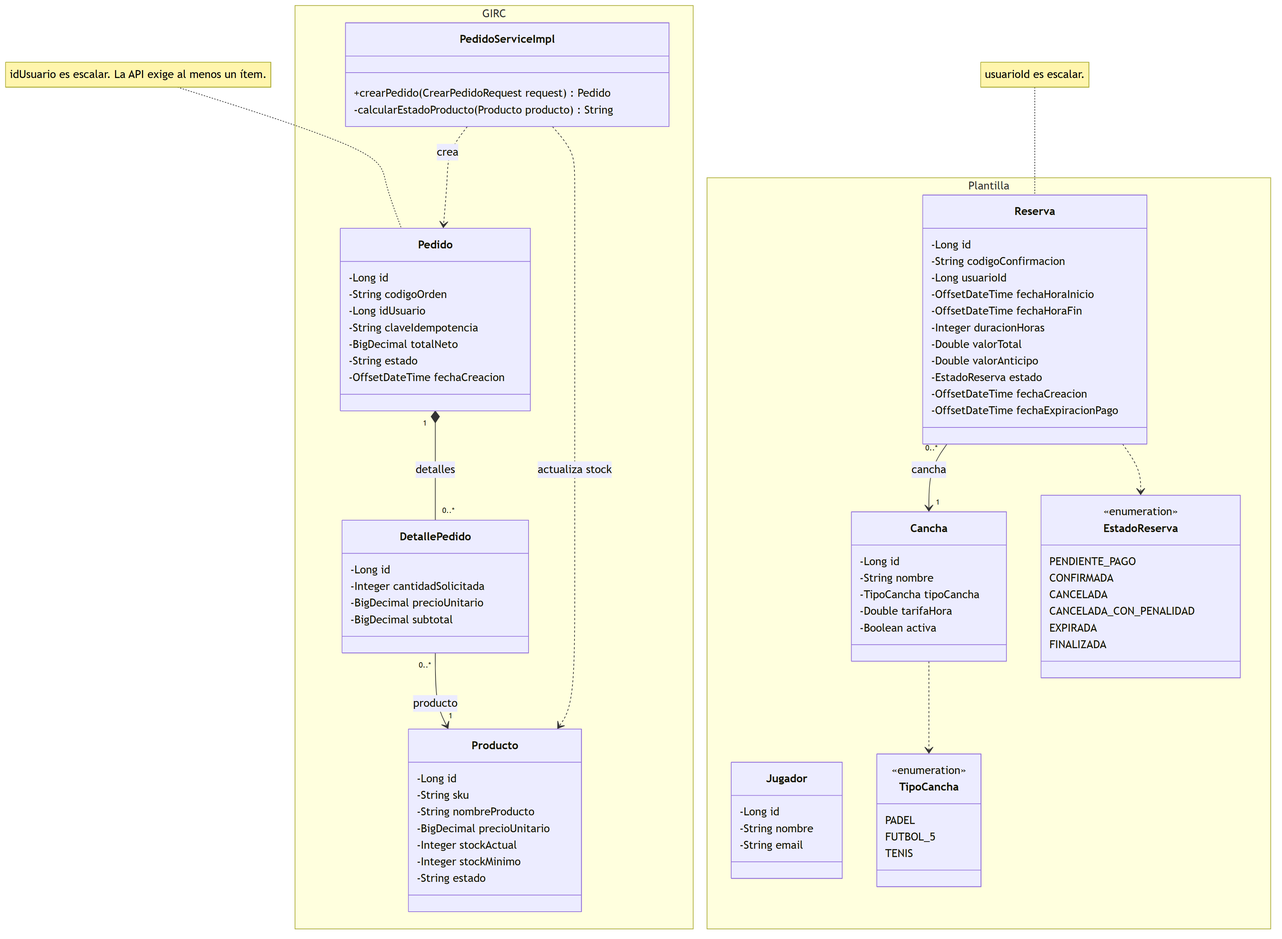
Earlier version of the Mermaid export docs/hito-2/rendered/uml-clases-dominio.png (Liz010713/GIRC-FINAL). Its source is kept beside it as docs/hito-2/diagrams/uml-clases-dominio.mmd.
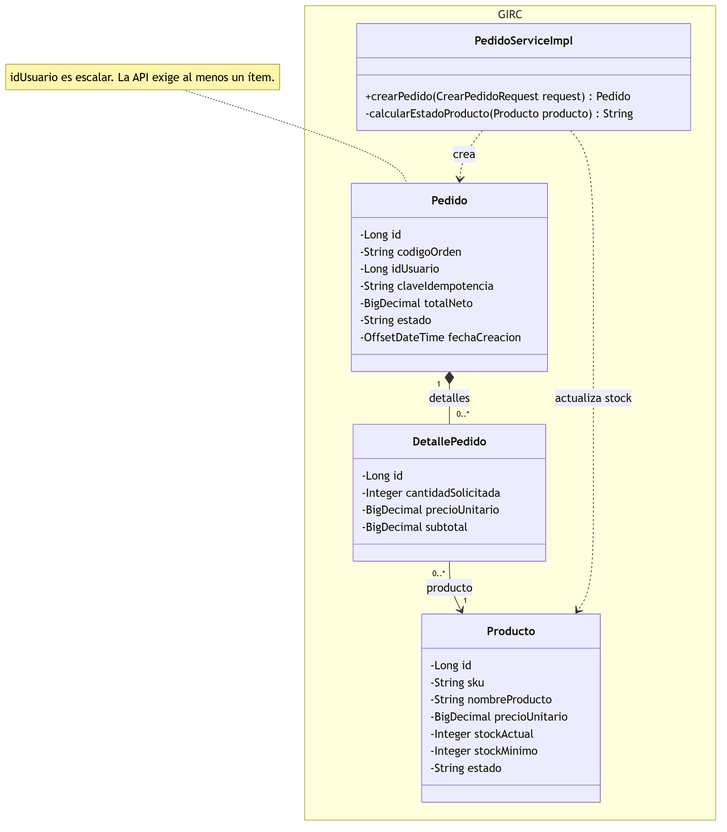
After the commit.

Diff of the diagram source:
```diff
@@ -29,54 +29,8 @@
       -calcularEstadoProducto(Producto producto) String
     }
   }
-  namespace Plantilla {
-    class Jugador {
-      -Long id
-      -String nombre
-      -String email
-    }
-    class Cancha {
-      -Long id
-      -String nombre
-      -TipoCancha tipoCancha
-      -Double tarifaHora
-      -Boolean activa
-    }
-    class Reserva {
-      -Long id
-      -String codigoConfirmacion
-      -Long usuarioId
-      -OffsetDateTime fechaHoraInicio
-      -OffsetDateTime fechaHoraFin
-      -Integer duracionHoras
-      -Double valorTotal
-      -Double valorAnticipo
-      -EstadoReserva estado
-      -OffsetDateTime fechaCreacion
-      -OffsetDateTime fechaExpiracionPago
-    }
-    class TipoCancha {
-      <<enumeration>>
-      PADEL
-      FUTBOL_5
-      TENIS
-    }
-    class EstadoReserva {
-      <<enumeration>>
-      PENDIENTE_PAGO
-      CONFIRMADA
-      CANCELADA
-      CANCELADA_CON_PENALIDAD
-      EXPIRADA
-      FINALIZADA
-    }
-  }
   Pedido "1" *-- "0..*" DetallePedido : detalles
   DetallePedido "0..*" --> "1" Producto : producto
-  Reserva "0..*" --> "1" Cancha : cancha
-  Cancha ..> TipoCancha
-  Reserva ..> EstadoReserva
   PedidoServiceImpl ..> Pedido : crea
   PedidoServiceImpl ..> Producto : actualiza stock
   note for Pedido "idUsuario es escalar. La API exige al menos un ítem."
-  note for Reserva "usuarioId es escalar."
```
